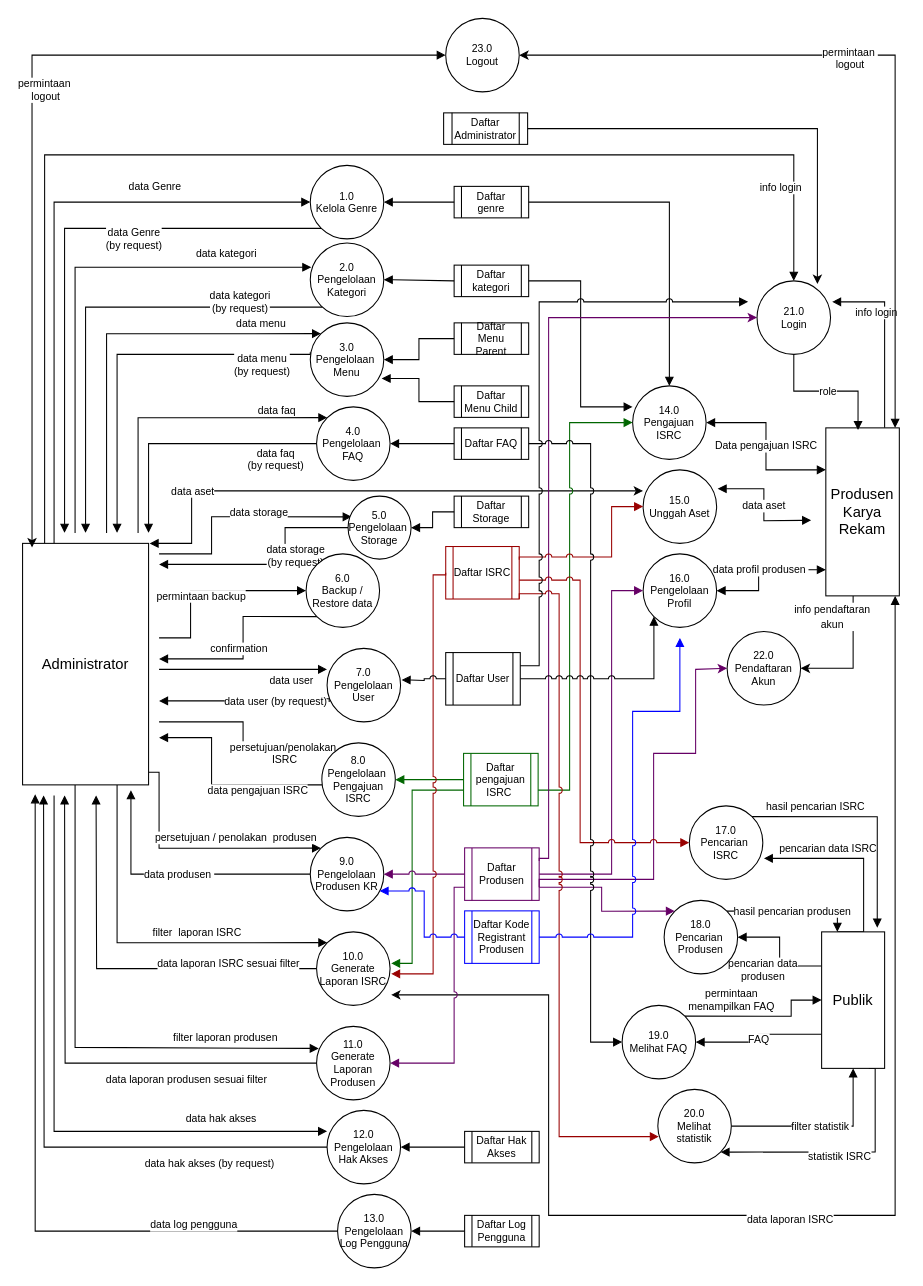
Earlier version of the draw.io diagram page "DVD lv.1" (5 of 16) of Kerjaan 2022/ERD.drawio (Mithaau/Kerjaan-2022). Source tidied: cells renumbered, new cells numbered last; positions are measured from the earlier drawing's top-left corner, leaving out a move shared by most shapes. Both pictures are drawn from the tidied source at 105%, with x=0, y=0 at pixel (22, 18).
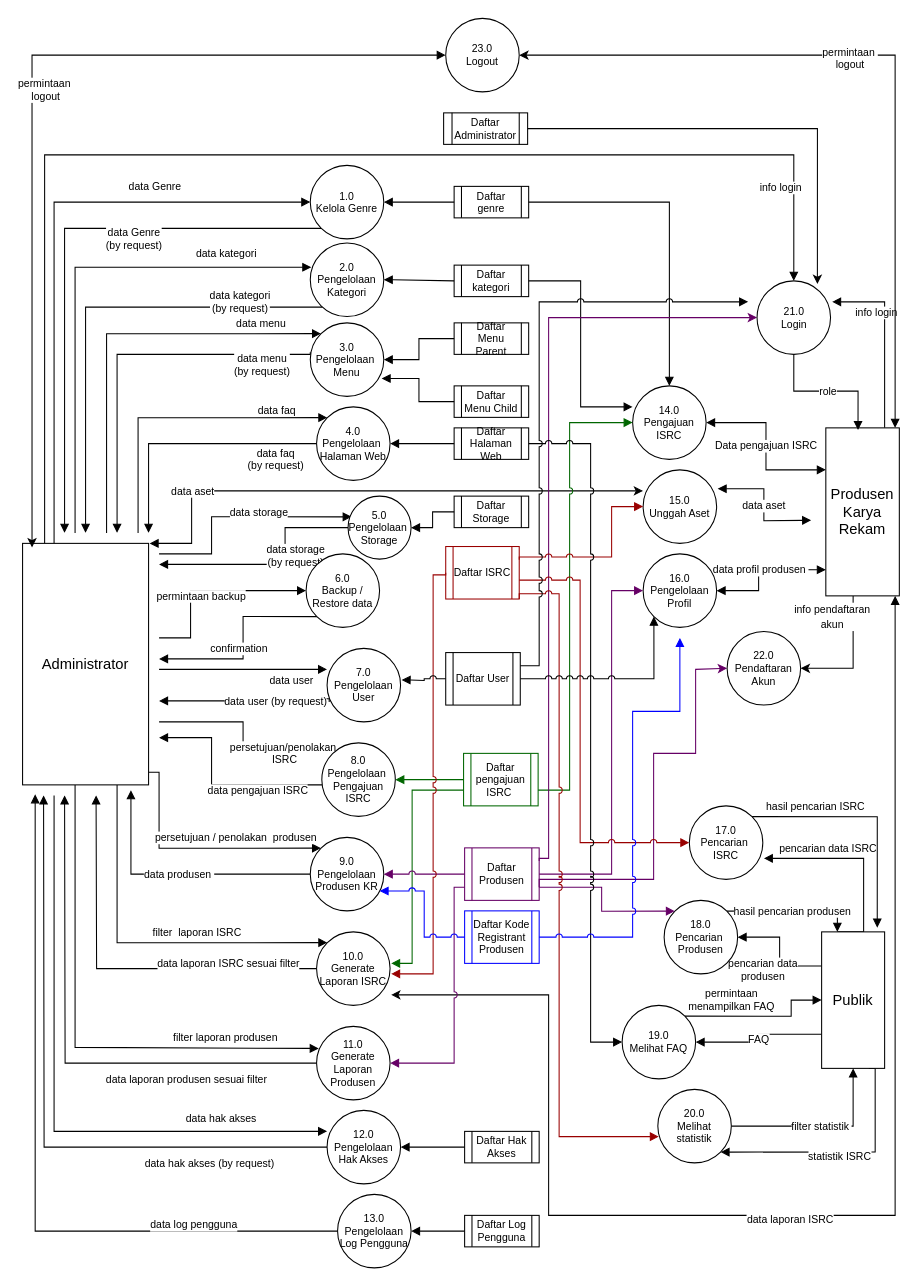
The same diagram, later.

Change to the diagram source:
```diff
@@
-    <mxCell id="46" value="4.0&lt;br style=&quot;font-size: 10px;&quot;&gt;Pengelolaan&amp;nbsp; FAQ" style="ellipse;whiteSpace=wrap;html=1;fontSize=10;" parent="1" vertex="1">
+    <mxCell id="46" value="4.0&lt;br style=&quot;font-size: 10px;&quot;&gt;Pengelolaan&amp;nbsp; Halaman Web" style="ellipse;whiteSpace=wrap;html=1;fontSize=10;" parent="1" vertex="1">
       <mxGeometry x="280" y="370" width="70" height="70" as="geometry" />
     </mxCell>
@@
-    <mxCell id="102" value="Daftar FAQ" style="shape=process;whiteSpace=wrap;html=1;left=0;right=0;fillColor=none;fontSize=10;strokeWidth=1;" parent="1" vertex="1">
+    <mxCell id="102" value="Daftar Halaman Web" style="shape=process;whiteSpace=wrap;html=1;left=0;right=0;fillColor=none;fontSize=10;strokeWidth=1;" parent="1" vertex="1">
       <mxGeometry x="411" y="390" width="71" height="30" as="geometry" />
     </mxCell>
```
